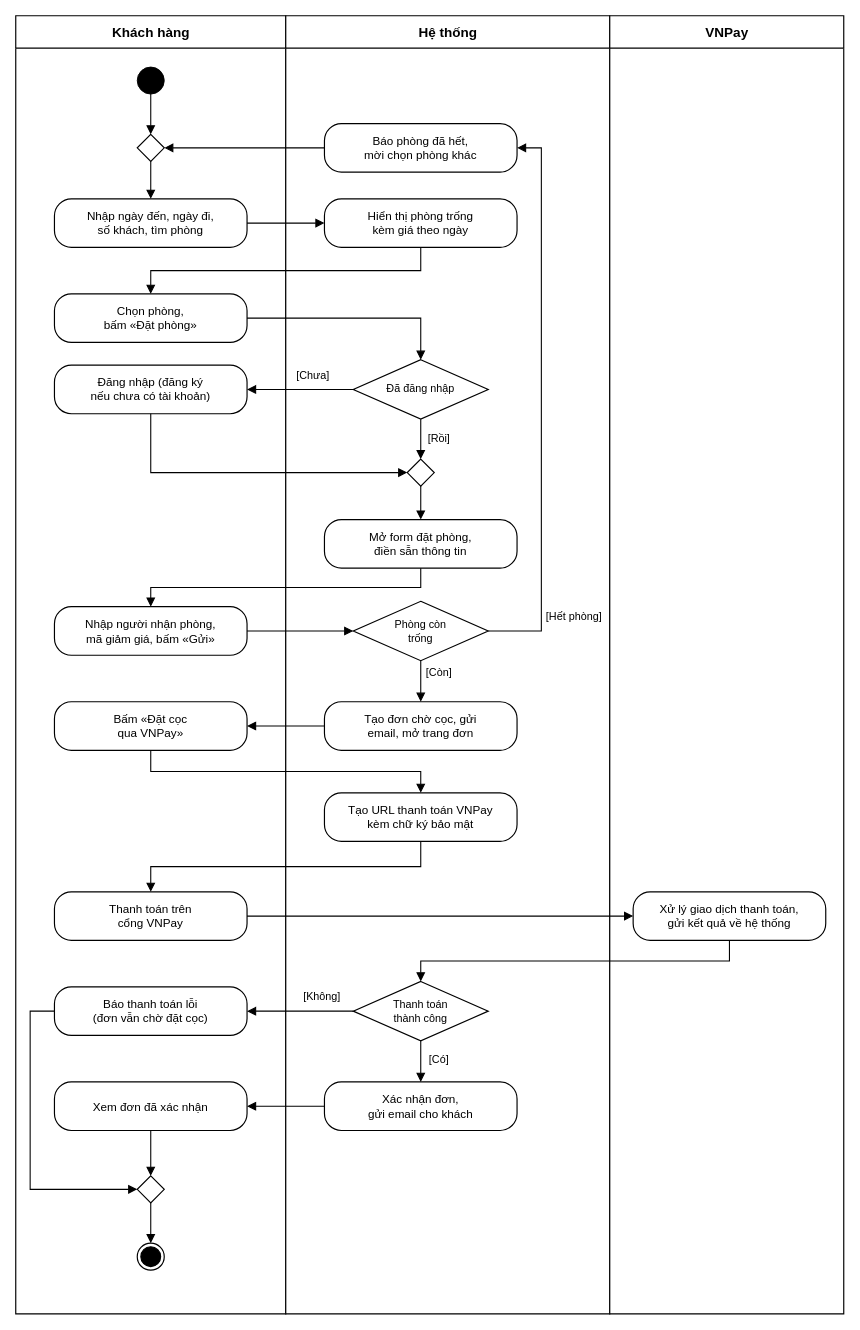
ngynquchn2511/beach-hotel keeps this draw.io diagram as docs/thiet-ke/hd-dat-phong-dat-coc.drawio. Above is the earlier version. Source tidied: cells renumbered, new cells numbered last; positions are measured from the earlier drawing's top-left corner, leaving out a move shared by most shapes. Both pictures are drawn from the tidied source at 90%, with x=0, y=0 at pixel (15, 15).
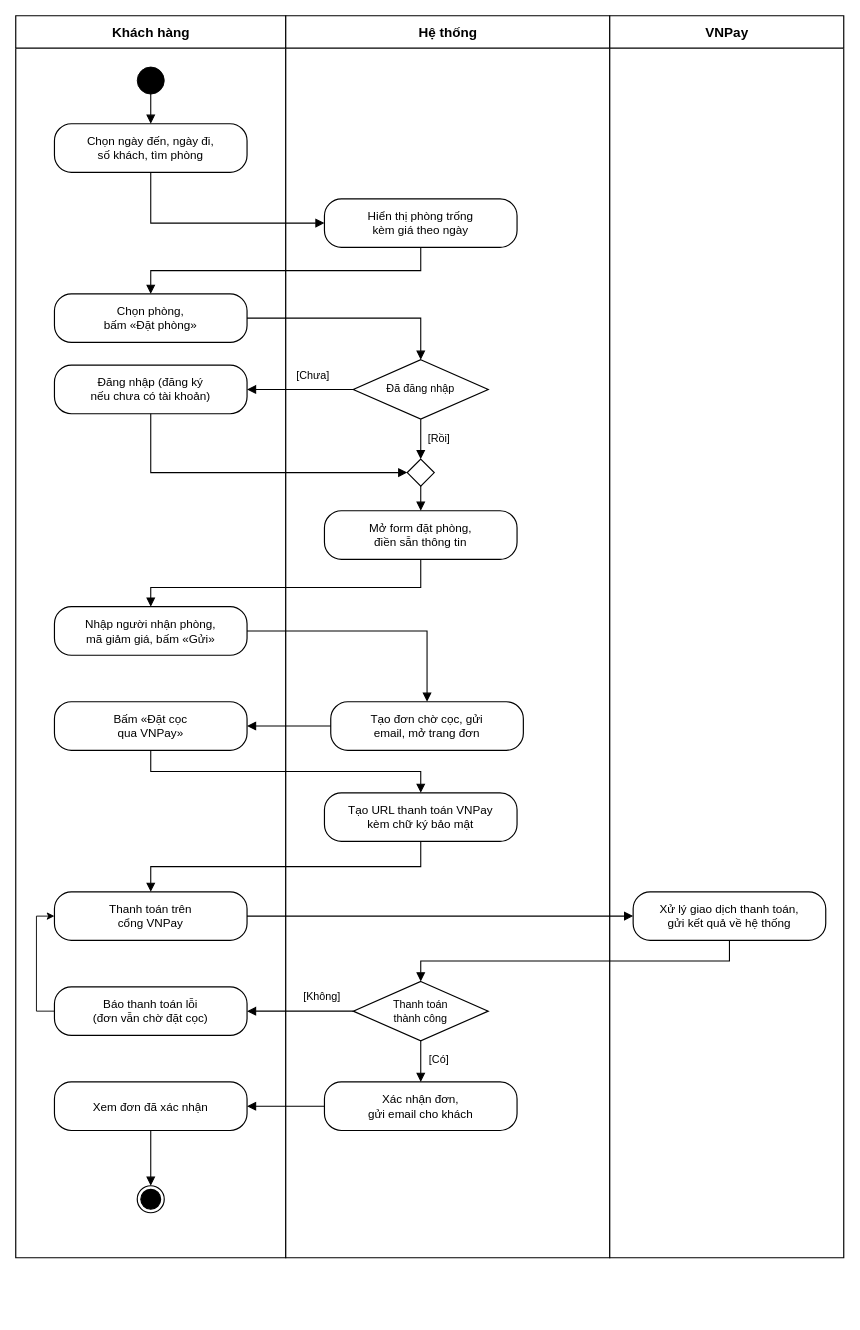
After the change.

Unchanged cells that the change refers to:
```xml
<mxCell id="6" style="ellipse;html=1;fillColor=#000000;strokeColor=#000000;" parent="1" vertex="1">
  <mxGeometry x="135" y="57" width="30" height="30" as="geometry" />
</mxCell>
<mxCell id="9" value="Hiển thị phòng trống&lt;br&gt;kèm giá theo ngày" style="fontFamily=Arial;fontColor=#000000;rounded=1;whiteSpace=wrap;html=1;arcSize=35;fillColor=#FFFFFF;strokeColor=#000000;strokeWidth=1.3;fontSize=13;spacing=6;" parent="1" vertex="1">
  <mxGeometry x="343" y="203.4" width="214" height="54" as="geometry" />
</mxCell>
<mxCell id="15" value="Nhập người nhận phòng,&lt;br&gt;mã giảm giá, bấm «Gửi»" style="fontFamily=Arial;fontColor=#000000;rounded=1;whiteSpace=wrap;html=1;arcSize=35;fillColor=#FFFFFF;strokeColor=#000000;strokeWidth=1.3;fontSize=13;spacing=6;" parent="1" vertex="1">
  <mxGeometry x="43" y="656.6" width="214" height="54" as="geometry" />
</mxCell>
<mxCell id="21" value="Báo thanh toán lỗi&lt;br&gt;(đơn vẫn chờ đặt cọc)" style="fontFamily=Arial;fontColor=#000000;rounded=1;whiteSpace=wrap;html=1;arcSize=35;fillColor=#FFFFFF;strokeColor=#000000;strokeWidth=1.3;fontSize=13;spacing=6;" parent="1" vertex="1">
  <mxGeometry x="43" y="1079" width="214" height="54" as="geometry" />
</mxCell>
<mxCell id="23" value="Xem đơn đã xác nhận" style="fontFamily=Arial;fontColor=#000000;rounded=1;whiteSpace=wrap;html=1;arcSize=35;fillColor=#FFFFFF;strokeColor=#000000;strokeWidth=1.3;fontSize=13;spacing=6;" parent="1" vertex="1">
  <mxGeometry x="43" y="1184.6" width="214" height="54" as="geometry" />
</mxCell>
<mxCell id="50" value="Thanh toán trên&lt;br&gt;cổng VNPay" style="fontFamily=Arial;fontColor=#000000;rounded=1;whiteSpace=wrap;html=1;arcSize=35;fillColor=#FFFFFF;strokeColor=#000000;strokeWidth=1.3;fontSize=13;spacing=6;" parent="1" vertex="1">
  <mxGeometry x="43" y="973.4" width="214" height="54" as="geometry" />
</mxCell>
```

Change to the diagram source:
```diff
@@
     <mxCell id="2" value="Khách hàng" style="fontFamily=Arial;fontColor=#000000;swimlane;horizontal=1;startSize=36;html=1;fillColor=#FFFFFF;strokeColor=#000000;strokeWidth=1.3;fontSize=15;fontStyle=1;swimlaneFillColor=#FFFFFF;" parent="1" vertex="1">
-      <mxGeometry width="300" height="1442.4" as="geometry" />
+      <mxGeometry width="300" height="1380" as="geometry" />
     </mxCell>
+    <mxCell id="8" value="Chọn ngày đến, ngày đi,&lt;br&gt;số khách, tìm phòng" style="fontFamily=Arial;fontColor=#000000;rounded=1;whiteSpace=wrap;html=1;arcSize=35;fillColor=#FFFFFF;strokeColor=#000000;strokeWidth=1.3;fontSize=13;spacing=6;" parent="2" vertex="1">
+      <mxGeometry x="43" y="120" width="214" height="54" as="geometry" />
+    </mxCell>
+    <mxCell id="10" value="Chọn phòng,&lt;br&gt;bấm «Đặt phòng»" style="fontFamily=Arial;fontColor=#000000;rounded=1;whiteSpace=wrap;html=1;arcSize=35;fillColor=#FFFFFF;strokeColor=#000000;strokeWidth=1.3;fontSize=13;spacing=6;" parent="2" vertex="1">
+      <mxGeometry x="43" y="309" width="214" height="54" as="geometry" />
+    </mxCell>
+    <mxCell id="25" style="ellipse;html=1;shape=endState;fillColor=#000000;strokeColor=#000000;strokeWidth=1.3;" parent="2" vertex="1">
+      <mxGeometry x="135" y="1300" width="30" height="30" as="geometry" />
+    </mxCell>
     <mxCell id="3" value="Hệ thống" style="fontFamily=Arial;fontColor=#000000;swimlane;horizontal=1;startSize=36;html=1;fillColor=#FFFFFF;strokeColor=#000000;strokeWidth=1.3;fontSize=15;fontStyle=1;swimlaneFillColor=#FFFFFF;" parent="1" vertex="1">
-      <mxGeometry x="300" width="360" height="1442.4" as="geometry" />
+      <mxGeometry x="300" width="360" height="1380" as="geometry" />
     </mxCell>
+    <mxCell id="14" value="Mở form đặt phòng,&lt;br&gt;điền sẵn thông tin" style="fontFamily=Arial;fontColor=#000000;rounded=1;whiteSpace=wrap;html=1;arcSize=35;fillColor=#FFFFFF;strokeColor=#000000;strokeWidth=1.3;fontSize=13;spacing=6;" parent="3" vertex="1">
+      <mxGeometry x="43" y="550" width="214" height="54" as="geometry" />
+    </mxCell>
+    <mxCell id="17" value="Tạo đơn chờ cọc, gửi&lt;br&gt;email, mở trang đơn" style="fontFamily=Arial;fontColor=#000000;rounded=1;whiteSpace=wrap;html=1;arcSize=35;fillColor=#FFFFFF;strokeColor=#000000;strokeWidth=1.3;fontSize=13;spacing=6;" parent="3" vertex="1">
+      <mxGeometry x="50" y="762.2" width="214" height="54" as="geometry" />
+    </mxCell>
     <mxCell id="4" value="VNPay" style="fontFamily=Arial;fontColor=#000000;swimlane;horizontal=1;startSize=36;html=1;fillColor=#FFFFFF;strokeColor=#000000;strokeWidth=1.3;fontSize=15;fontStyle=1;swimlaneFillColor=#FFFFFF;" parent="1" vertex="1">
-      <mxGeometry x="660" width="260" height="1442.4" as="geometry" />
+      <mxGeometry x="660" width="260" height="1380" as="geometry" />
     </mxCell>
@@
-    <mxCell id="7" style="fontFamily=Arial;fontColor=#000000;rhombus;whiteSpace=wrap;html=1;fillColor=#FFFFFF;strokeColor=#000000;strokeWidth=1.3;fontSize=12;" parent="1" vertex="1">
-      <mxGeometry x="135" y="131.8" width="30" height="30" as="geometry" />
-    </mxCell>
-    <mxCell id="8" value="Nhập ngày đến, ngày đi,&lt;br&gt;số khách, tìm phòng" style="fontFamily=Arial;fontColor=#000000;rounded=1;whiteSpace=wrap;html=1;arcSize=35;fillColor=#FFFFFF;strokeColor=#000000;strokeWidth=1.3;fontSize=13;spacing=6;" parent="1" vertex="1">
-      <mxGeometry x="43" y="203.4" width="214" height="54" as="geometry" />
-    </mxCell>
@@
-    <mxCell id="10" value="Chọn phòng,&lt;br&gt;bấm «Đặt phòng»" style="fontFamily=Arial;fontColor=#000000;rounded=1;whiteSpace=wrap;html=1;arcSize=35;fillColor=#FFFFFF;strokeColor=#000000;strokeWidth=1.3;fontSize=13;spacing=6;" parent="1" vertex="1">
-      <mxGeometry x="43" y="309" width="214" height="54" as="geometry" />
-    </mxCell>
@@
-    <mxCell id="14" value="Mở form đặt phòng,&lt;br&gt;điền sẵn thông tin" style="fontFamily=Arial;fontColor=#000000;rounded=1;whiteSpace=wrap;html=1;arcSize=35;fillColor=#FFFFFF;strokeColor=#000000;strokeWidth=1.3;fontSize=13;spacing=6;" parent="1" vertex="1">
-      <mxGeometry x="343" y="559.8" width="214" height="54" as="geometry" />
-    </mxCell>
@@
-    <mxCell id="16" value="Phòng còn&lt;br&gt;trống" style="fontFamily=Arial;fontColor=#000000;rhombus;whiteSpace=wrap;html=1;fillColor=#FFFFFF;strokeColor=#000000;strokeWidth=1.3;fontSize=12;" parent="1" vertex="1">
-      <mxGeometry x="375" y="650.6" width="150" height="66" as="geometry" />
-    </mxCell>
-    <mxCell id="17" value="Tạo đơn chờ cọc, gửi&lt;br&gt;email, mở trang đơn" style="fontFamily=Arial;fontColor=#000000;rounded=1;whiteSpace=wrap;html=1;arcSize=35;fillColor=#FFFFFF;strokeColor=#000000;strokeWidth=1.3;fontSize=13;spacing=6;" parent="1" vertex="1">
-      <mxGeometry x="343" y="762.2" width="214" height="54" as="geometry" />
-    </mxCell>
@@
+    <mxCell id="53" style="edgeStyle=orthogonalEdgeStyle;rounded=0;jettySize=auto;html=1;exitX=0;exitY=0.5;exitDx=0;exitDy=0;entryX=0;entryY=0.5;entryDx=0;entryDy=0;defaultLabelBackgroundColor=page;" parent="1" edge="1" source="21" target="50">
+      <mxGeometry relative="1" as="geometry" />
+    </mxCell>
@@
-    <mxCell id="24" style="fontFamily=Arial;fontColor=#000000;rhombus;whiteSpace=wrap;html=1;fillColor=#FFFFFF;strokeColor=#000000;strokeWidth=1.3;fontSize=12;" parent="1" vertex="1">
-      <mxGeometry x="135" y="1289" width="30" height="30" as="geometry" />
-    </mxCell>
-    <mxCell id="25" style="ellipse;html=1;shape=endState;fillColor=#000000;strokeColor=#000000;strokeWidth=1.3;" parent="1" vertex="1">
-      <mxGeometry x="135" y="1363.8" width="30" height="30" as="geometry" />
-    </mxCell>
-    <mxCell id="26" style="fontFamily=Arial;fontColor=#000000;edgeStyle=orthogonalEdgeStyle;rounded=0;html=1;endArrow=block;endFill=1;endSize=7;strokeColor=#000000;strokeWidth=1.2;fontSize=12;labelBackgroundColor=#FFFFFF;exitX=0.5;exitY=1;exitDx=0;exitDy=0;entryX=0.5;entryY=0;entryDx=0;entryDy=0;" parent="1" edge="1" source="6" target="7">
-      <mxGeometry relative="1" as="geometry" />
-    </mxCell>
-    <mxCell id="27" style="fontFamily=Arial;fontColor=#000000;edgeStyle=orthogonalEdgeStyle;rounded=0;html=1;endArrow=block;endFill=1;endSize=7;strokeColor=#000000;strokeWidth=1.2;fontSize=12;labelBackgroundColor=#FFFFFF;exitX=0.5;exitY=1;exitDx=0;exitDy=0;entryX=0.5;entryY=0;entryDx=0;entryDy=0;" parent="1" edge="1" source="7" target="8">
+    <mxCell id="27" style="fontFamily=Arial;fontColor=#000000;edgeStyle=orthogonalEdgeStyle;rounded=0;html=1;endArrow=block;endFill=1;endSize=7;strokeColor=#000000;strokeWidth=1.2;fontSize=12;labelBackgroundColor=#FFFFFF;exitX=0.5;exitY=1;exitDx=0;exitDy=0;entryX=0.5;entryY=0;entryDx=0;entryDy=0;" parent="1" edge="1" source="6" target="8">
       <mxGeometry relative="1" as="geometry" />
     </mxCell>
-    <mxCell id="28" style="fontFamily=Arial;fontColor=#000000;edgeStyle=orthogonalEdgeStyle;rounded=0;html=1;endArrow=block;endFill=1;endSize=7;strokeColor=#000000;strokeWidth=1.2;fontSize=12;labelBackgroundColor=#FFFFFF;exitX=1;exitY=0.5;exitDx=0;exitDy=0;entryX=0;entryY=0.5;entryDx=0;entryDy=0;" parent="1" edge="1" source="8" target="9">
+    <mxCell id="28" style="fontFamily=Arial;fontColor=#000000;edgeStyle=orthogonalEdgeStyle;rounded=0;html=1;endArrow=block;endFill=1;endSize=7;strokeColor=#000000;strokeWidth=1.2;fontSize=12;labelBackgroundColor=#FFFFFF;exitX=0.5;exitY=1;exitDx=0;exitDy=0;entryX=0;entryY=0.5;entryDx=0;entryDy=0;" parent="1" edge="1" source="8" target="9">
       <mxGeometry relative="1" as="geometry" />
     </mxCell>
@@
-    <mxCell id="36" style="fontFamily=Arial;fontColor=#000000;edgeStyle=orthogonalEdgeStyle;rounded=0;html=1;endArrow=block;endFill=1;endSize=7;strokeColor=#000000;strokeWidth=1.2;fontSize=12;labelBackgroundColor=#FFFFFF;exitX=1;exitY=0.5;exitDx=0;exitDy=0;entryX=0;entryY=0.5;entryDx=0;entryDy=0;" parent="1" edge="1" source="15" target="16">
-      <mxGeometry relative="1" as="geometry" />
+    <mxCell id="36" style="fontFamily=Arial;fontColor=#000000;edgeStyle=orthogonalEdgeStyle;rounded=0;html=1;endArrow=block;endFill=1;endSize=7;strokeColor=#000000;strokeWidth=1.2;fontSize=12;labelBackgroundColor=#FFFFFF;exitX=1;exitY=0.5;exitDx=0;exitDy=0;entryX=0.5;entryY=0;entryDx=0;entryDy=0;" parent="1" edge="1" source="15" target="17">
+      <mxGeometry x="-0.58" relative="1" as="geometry" />
     </mxCell>
-    <mxCell id="37" value="[Còn]" style="fontFamily=Arial;fontColor=#000000;edgeStyle=orthogonalEdgeStyle;rounded=0;html=1;endArrow=block;endFill=1;endSize=7;strokeColor=#000000;strokeWidth=1.2;fontSize=12;labelBackgroundColor=#FFFFFF;exitX=0.5;exitY=1;exitDx=0;exitDy=0;entryX=0.5;entryY=0;entryDx=0;entryDy=0;" parent="1" edge="1" source="16" target="17">
-      <mxGeometry x="-0.41" y="20" relative="1" as="geometry" />
-    </mxCell>
-    <mxCell id="38" value="[Hết phòng]" style="fontFamily=Arial;fontColor=#000000;edgeStyle=orthogonalEdgeStyle;rounded=0;html=1;endArrow=block;endFill=1;endSize=7;strokeColor=#000000;strokeWidth=1.2;fontSize=12;labelBackgroundColor=#FFFFFF;exitX=1;exitY=0.5;exitDx=0;exitDy=0;entryX=1;entryY=0.5;entryDx=0;entryDy=0;" parent="1" edge="1" source="16" target="48">
-      <mxGeometry x="-0.76" y="-36" relative="1" as="geometry">
-        <Array as="points">
-          <mxPoint x="584" y="683.6" />
-          <mxPoint x="584" y="146.8" />
-        </Array>
-      </mxGeometry>
-    </mxCell>
@@
-    <mxCell id="45" style="fontFamily=Arial;fontColor=#000000;edgeStyle=orthogonalEdgeStyle;rounded=0;html=1;endArrow=block;endFill=1;endSize=7;strokeColor=#000000;strokeWidth=1.2;fontSize=12;labelBackgroundColor=#FFFFFF;exitX=0;exitY=0.5;exitDx=0;exitDy=0;entryX=0;entryY=0.5;entryDx=0;entryDy=0;" parent="1" edge="1" source="21" target="24">
-      <mxGeometry relative="1" as="geometry">
-        <Array as="points">
-          <mxPoint x="16" y="1106" />
-          <mxPoint x="16" y="1304" />
-        </Array>
-      </mxGeometry>
-    </mxCell>
-    <mxCell id="46" style="fontFamily=Arial;fontColor=#000000;edgeStyle=orthogonalEdgeStyle;rounded=0;html=1;endArrow=block;endFill=1;endSize=7;strokeColor=#000000;strokeWidth=1.2;fontSize=12;labelBackgroundColor=#FFFFFF;exitX=0.5;exitY=1;exitDx=0;exitDy=0;entryX=0.5;entryY=0;entryDx=0;entryDy=0;" parent="1" edge="1" source="23" target="24">
-      <mxGeometry relative="1" as="geometry" />
-    </mxCell>
-    <mxCell id="47" style="fontFamily=Arial;fontColor=#000000;edgeStyle=orthogonalEdgeStyle;rounded=0;html=1;endArrow=block;endFill=1;endSize=7;strokeColor=#000000;strokeWidth=1.2;fontSize=12;labelBackgroundColor=#FFFFFF;exitX=0.5;exitY=1;exitDx=0;exitDy=0;entryX=0.5;entryY=0;entryDx=0;entryDy=0;" parent="1" edge="1" source="24" target="25">
+    <mxCell id="47" style="fontFamily=Arial;fontColor=#000000;edgeStyle=orthogonalEdgeStyle;rounded=0;html=1;endArrow=block;endFill=1;endSize=7;strokeColor=#000000;strokeWidth=1.2;fontSize=12;labelBackgroundColor=#FFFFFF;exitX=0.5;exitY=1;exitDx=0;exitDy=0;entryX=0.5;entryY=0;entryDx=0;entryDy=0;" parent="1" edge="1" source="23" target="25">
       <mxGeometry relative="1" as="geometry" />
     </mxCell>
-    <mxCell id="48" value="Báo phòng đã hết,&lt;br&gt;mời chọn phòng khác" style="fontFamily=Arial;fontColor=#000000;rounded=1;whiteSpace=wrap;html=1;arcSize=35;fillColor=#FFFFFF;strokeColor=#000000;strokeWidth=1.3;fontSize=13;spacing=6;" parent="1" vertex="1">
-      <mxGeometry x="343" y="119.8" width="214" height="54" as="geometry" />
-    </mxCell>
-    <mxCell id="49" style="fontFamily=Arial;fontColor=#000000;edgeStyle=orthogonalEdgeStyle;rounded=0;html=1;endArrow=block;endFill=1;endSize=7;strokeColor=#000000;strokeWidth=1.2;fontSize=12;labelBackgroundColor=#FFFFFF;exitX=0;exitY=0.5;exitDx=0;exitDy=0;entryX=1;entryY=0.5;entryDx=0;entryDy=0;" parent="1" edge="1" source="48" target="7">
-      <mxGeometry relative="1" as="geometry" />
-    </mxCell>
```
